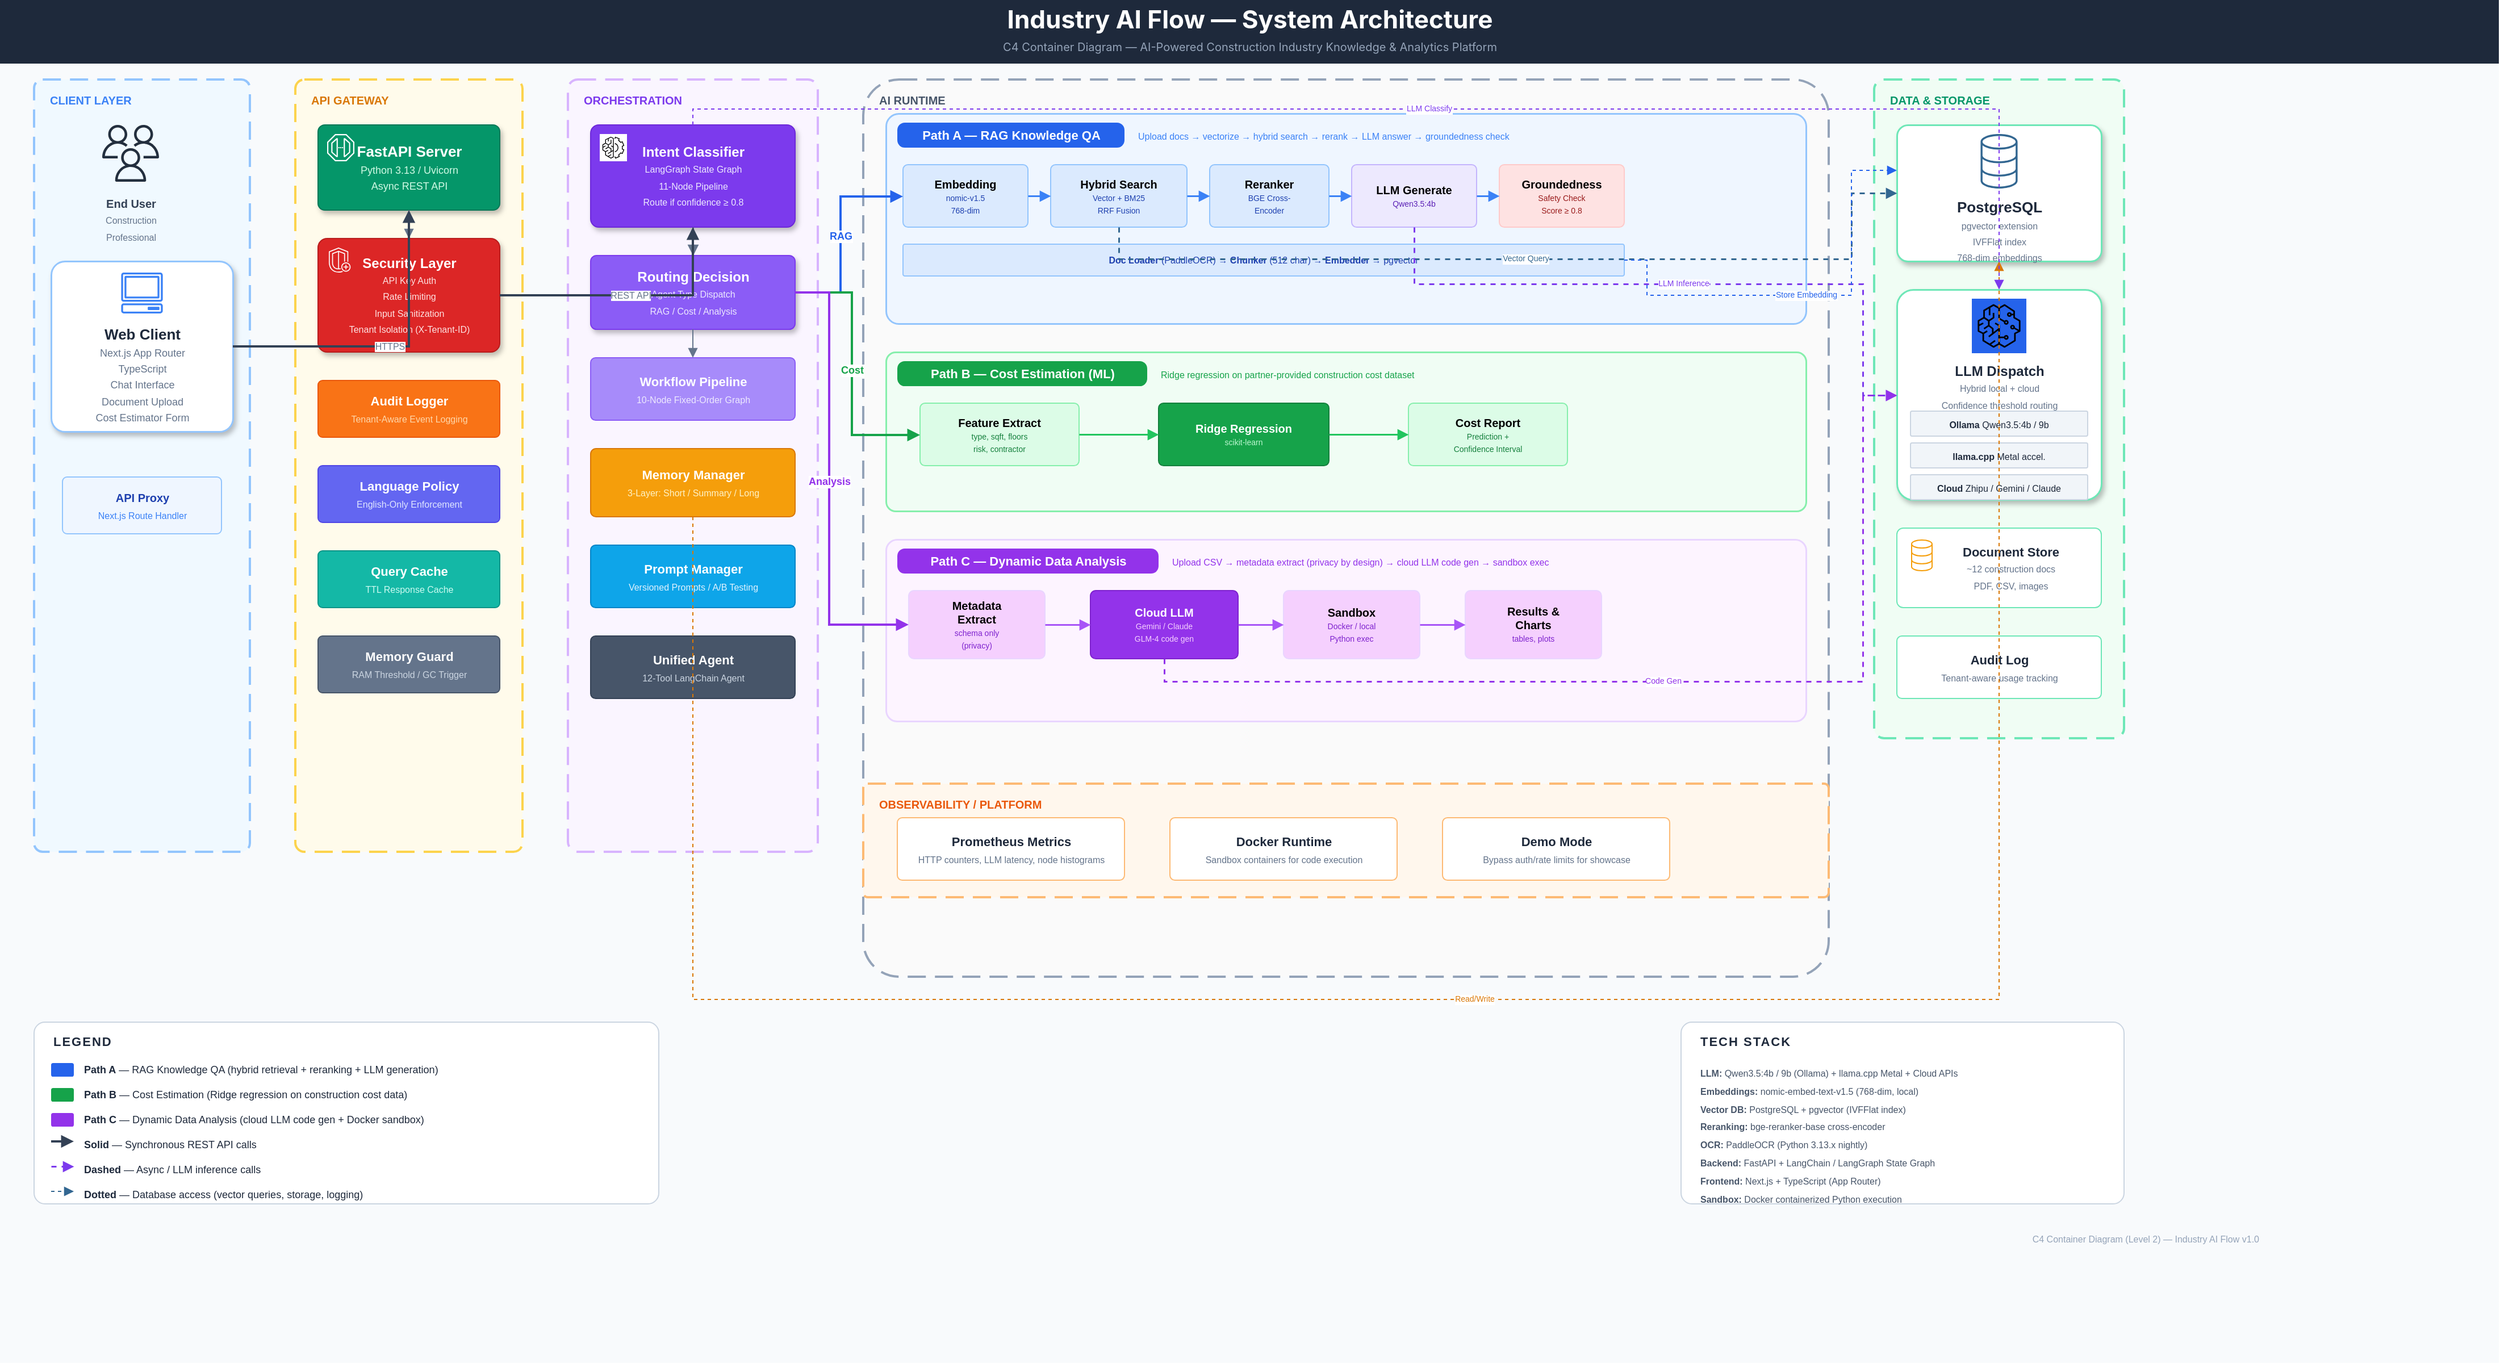
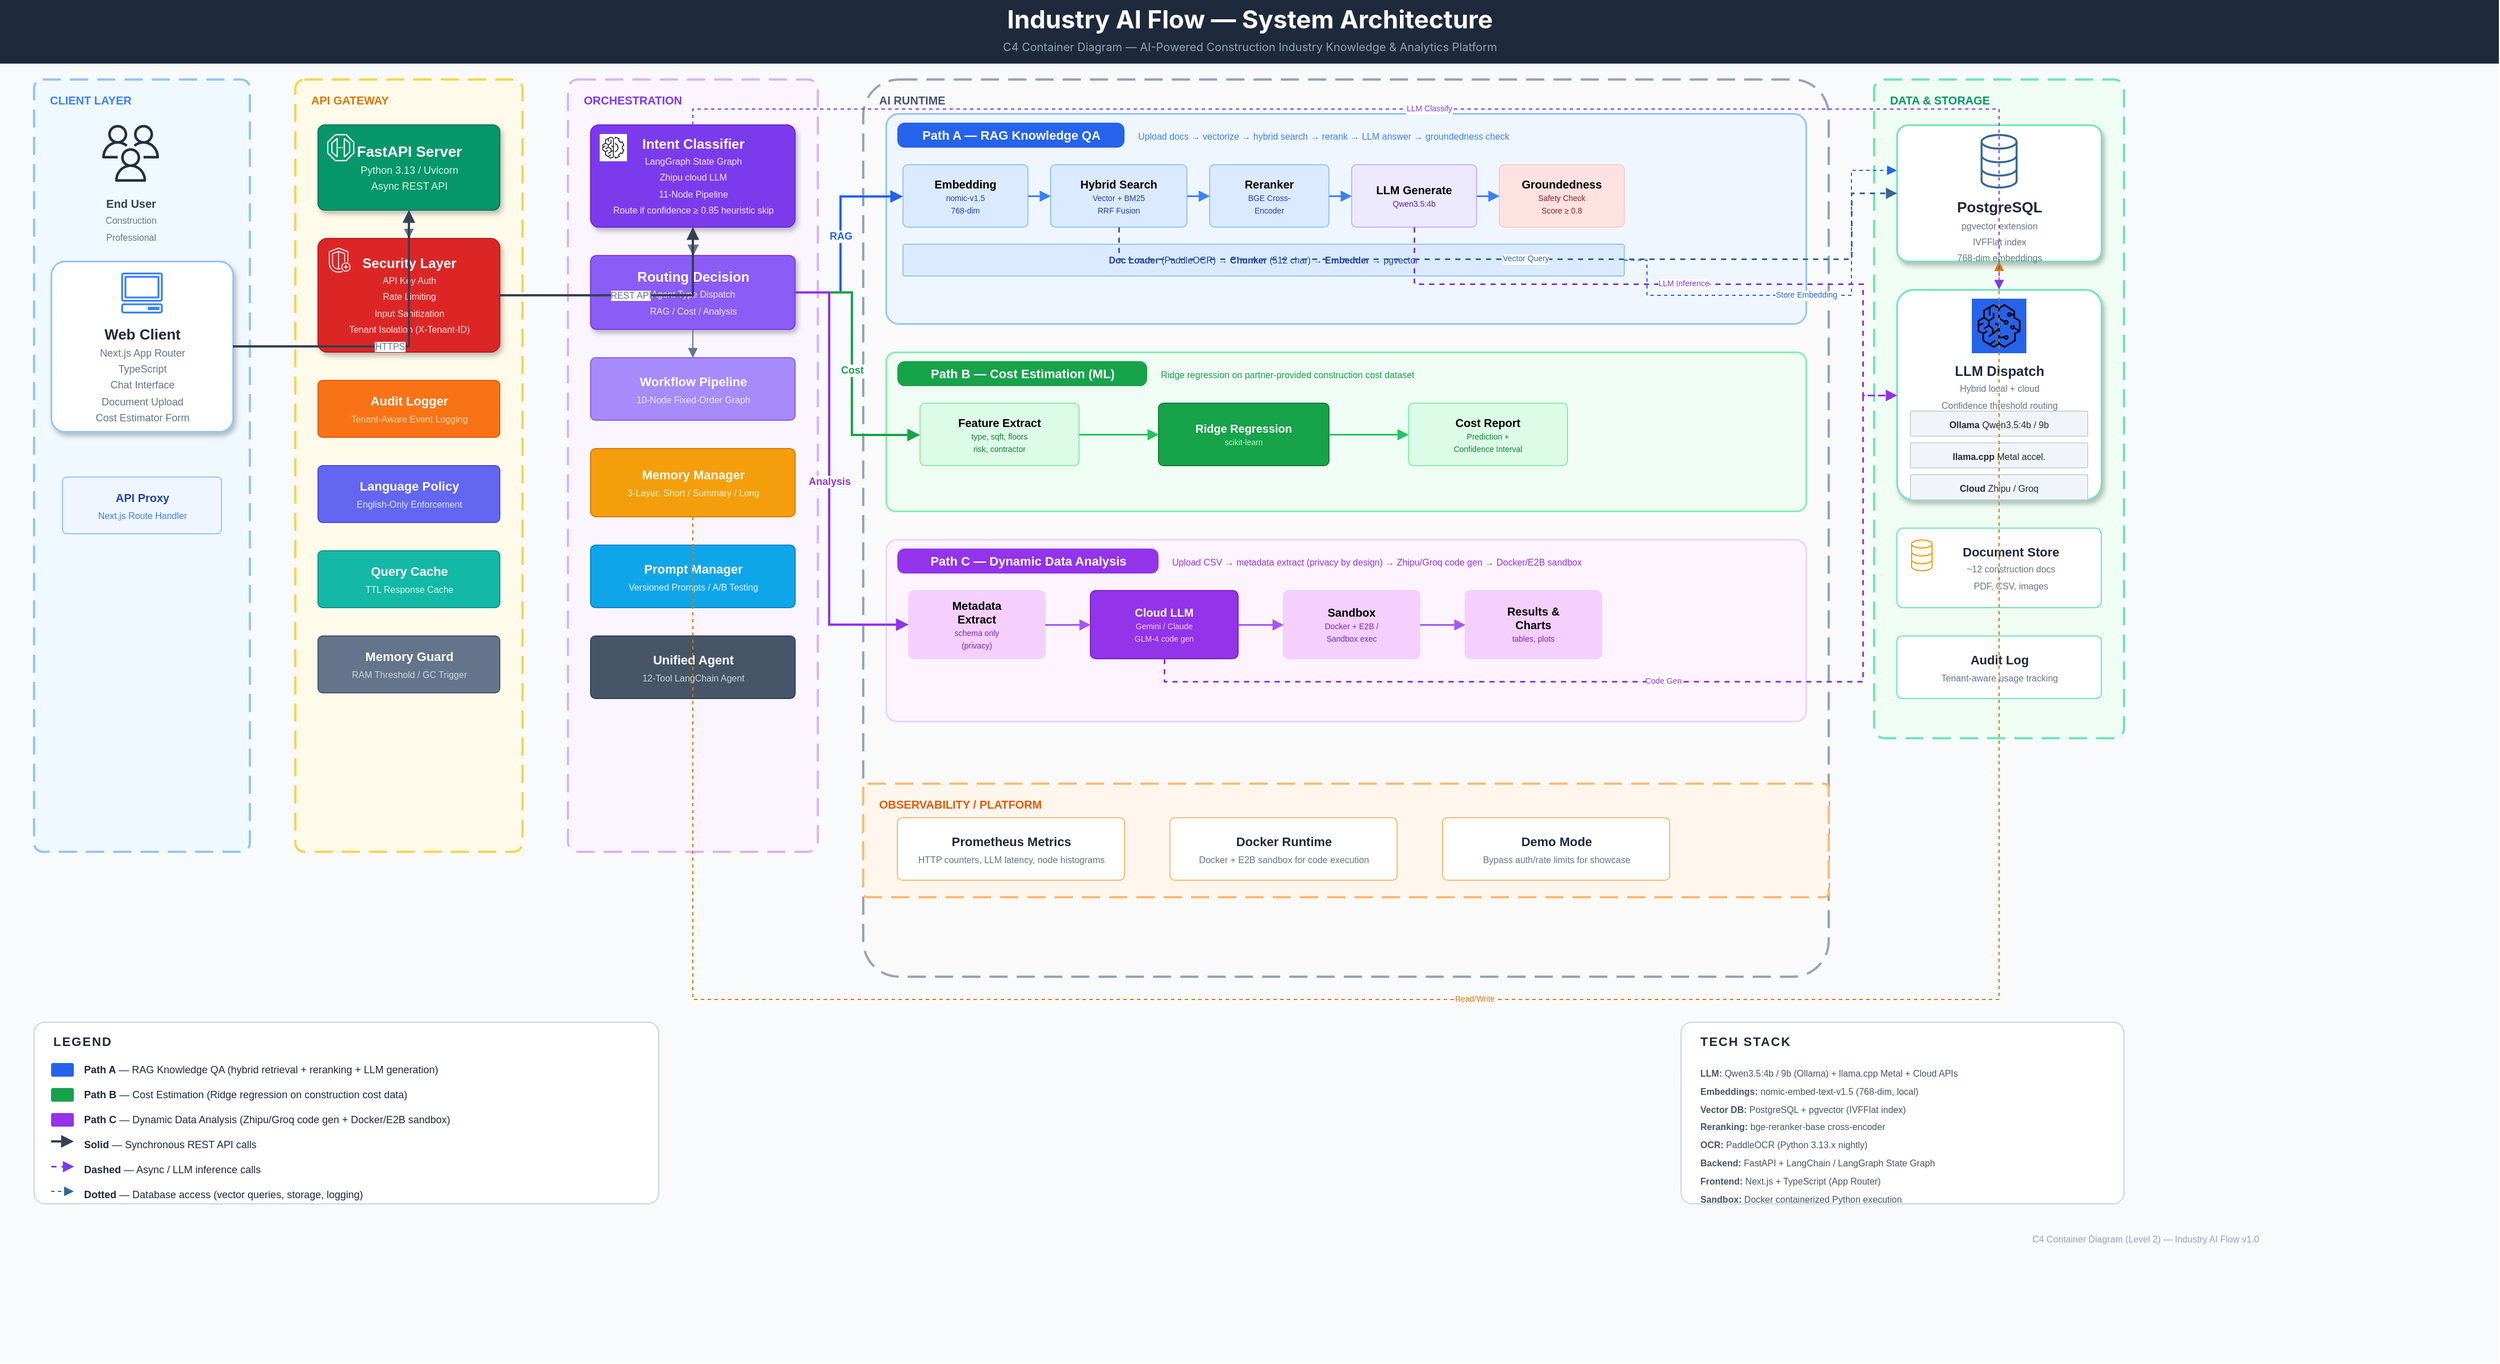
<mxfile host="app.diagrams.net" modified="2026-03-04T18:00:00.000Z" agent="Claude Code" version="24.7.12" type="device">
  <diagram id="c4-container" name="C4 Container — System Architecture">
    <mxGraphModel dx="0" dy="0" grid="1" gridSize="10" guides="1" tooltips="1" connect="1" arrows="1" fold="1" page="1" pageScale="1" pageWidth="2200" pageHeight="1200" math="0" shadow="0">
      <root>
        <mxCell id="0"/>
        <mxCell id="1" parent="0"/>

        <!-- ===== BACKGROUND ===== -->
        <mxCell id="bg" value="" style="rounded=0;whiteSpace=wrap;html=1;fillColor=#F8FAFC;strokeColor=none;shadow=0;" vertex="1" parent="1">
          <mxGeometry x="0" y="0" width="2200" height="1200" as="geometry"/>
        </mxCell>

        <!-- ===== TITLE BAR ===== -->
        <mxCell id="title-bar" value="" style="rounded=0;whiteSpace=wrap;html=1;fillColor=#1E293B;strokeColor=none;" vertex="1" parent="1">
          <mxGeometry x="0" y="0" width="2200" height="56" as="geometry"/>
        </mxCell>
        <mxCell id="title" value="Industry AI Flow — System Architecture" style="text;html=1;strokeColor=none;fillColor=none;align=center;verticalAlign=middle;fontSize=22;fontStyle=1;fontColor=#FFFFFF;fontFamily=Inter,Helvetica;" vertex="1" parent="1">
          <mxGeometry x="500" y="2" width="1200" height="30" as="geometry"/>
        </mxCell>
        <mxCell id="subtitle" value="C4 Container Diagram — AI-Powered Construction Industry Knowledge &amp; Analytics Platform" style="text;html=1;strokeColor=none;fillColor=none;align=center;verticalAlign=middle;fontSize=10;fontColor=#94A3B8;fontFamily=Inter,Helvetica;" vertex="1" parent="1">
          <mxGeometry x="550" y="30" width="1100" height="20" as="geometry"/>
        </mxCell>

        <!-- ================================================================ -->
        <!-- CONTAINER 1: CLIENT LAYER                                        -->
        <!-- ================================================================ -->
        <mxCell id="c1-boundary" value="" style="rounded=1;whiteSpace=wrap;html=1;dashed=1;dashPattern=8 4;fillColor=#F0F9FF;strokeColor=#93C5FD;strokeWidth=2;arcSize=4;" vertex="1" parent="1">
          <mxGeometry x="30" y="70" width="190" height="680" as="geometry"/>
        </mxCell>
        <mxCell id="c1-label" value="CLIENT LAYER" style="text;html=1;strokeColor=none;fillColor=none;align=left;verticalAlign=top;fontSize=10;fontStyle=1;fontColor=#3B82F6;letterSpacing=2;" vertex="1" parent="1">
          <mxGeometry x="42" y="76" width="160" height="18" as="geometry"/>
        </mxCell>

        <!-- Person icon -->
        <mxCell id="person" value="" style="shape=mxgraph.aws4.users;fillColor=#232F3E;strokeColor=none;" vertex="1" parent="1">
          <mxGeometry x="90" y="110" width="50" height="50" as="geometry"/>
        </mxCell>
        <mxCell id="person-label" value="&lt;font style=&quot;font-size:10px;color:#334155&quot;&gt;&lt;b&gt;End User&lt;/b&gt;&lt;br&gt;&lt;font color=&quot;#64748B&quot; style=&quot;font-size:8px&quot;&gt;Construction&lt;br&gt;Professional&lt;/font&gt;&lt;/font&gt;" style="text;html=1;strokeColor=none;fillColor=none;align=center;verticalAlign=top;" vertex="1" parent="1">
          <mxGeometry x="55" y="165" width="120" height="40" as="geometry"/>
        </mxCell>

        <!-- Web Client -->
        <mxCell id="client-box" value="" style="rounded=1;whiteSpace=wrap;html=1;fillColor=#FFFFFF;strokeColor=#93C5FD;strokeWidth=1.5;arcSize=8;shadow=1;" vertex="1" parent="1">
          <mxGeometry x="45" y="230" width="160" height="150" as="geometry"/>
        </mxCell>
        <mxCell id="client-icon" value="" style="shape=mxgraph.aws4.client;fillColor=#3B82F6;strokeColor=none;" vertex="1" parent="1">
          <mxGeometry x="100" y="240" width="50" height="36" as="geometry"/>
        </mxCell>
        <mxCell id="client-label" value="&lt;b style=&quot;font-size:13px;color:#1E293B&quot;&gt;Web Client&lt;/b&gt;&lt;br&gt;&lt;font style=&quot;font-size:9px;color:#64748B&quot;&gt;Next.js App Router&lt;br&gt;TypeScript&lt;br&gt;Chat Interface&lt;br&gt;Document Upload&lt;br&gt;Cost Estimator Form&lt;/font&gt;" style="text;html=1;strokeColor=none;fillColor=none;align=center;verticalAlign=top;" vertex="1" parent="1">
          <mxGeometry x="50" y="280" width="150" height="90" as="geometry"/>
        </mxCell>

        <!-- API Proxy -->
        <mxCell id="proxy-box" value="" style="rounded=1;whiteSpace=wrap;html=1;fillColor=#EFF6FF;strokeColor=#93C5FD;strokeWidth=1;arcSize=8;" vertex="1" parent="1">
          <mxGeometry x="55" y="420" width="140" height="50" as="geometry"/>
        </mxCell>
        <mxCell id="proxy-label" value="&lt;b style=&quot;font-size:10px;color:#1E40AF&quot;&gt;API Proxy&lt;/b&gt;&lt;br&gt;&lt;font style=&quot;font-size:8px;color:#3B82F6&quot;&gt;Next.js Route Handler&lt;/font&gt;" style="text;html=1;strokeColor=none;fillColor=none;align=center;verticalAlign=middle;" vertex="1" parent="1">
          <mxGeometry x="55" y="420" width="140" height="50" as="geometry"/>
        </mxCell>

        <!-- ================================================================ -->
        <!-- CONTAINER 2: API GATEWAY                                         -->
        <!-- ================================================================ -->
        <mxCell id="c2-boundary" value="" style="rounded=1;whiteSpace=wrap;html=1;dashed=1;dashPattern=8 4;fillColor=#FFFBEB;strokeColor=#FCD34D;strokeWidth=2;arcSize=4;" vertex="1" parent="1">
          <mxGeometry x="260" y="70" width="200" height="680" as="geometry"/>
        </mxCell>
        <mxCell id="c2-label" value="API GATEWAY" style="text;html=1;strokeColor=none;fillColor=none;align=left;verticalAlign=top;fontSize=10;fontStyle=1;fontColor=#D97706;letterSpacing=2;" vertex="1" parent="1">
          <mxGeometry x="272" y="76" width="160" height="18" as="geometry"/>
        </mxCell>

        <!-- FastAPI -->
        <mxCell id="fastapi-box" value="" style="rounded=1;whiteSpace=wrap;html=1;fillColor=#059669;strokeColor=#047857;strokeWidth=1;arcSize=8;shadow=1;" vertex="1" parent="1">
          <mxGeometry x="280" y="110" width="160" height="75" as="geometry"/>
        </mxCell>
        <mxCell id="fastapi-icon" value="" style="shape=mxgraph.aws4.endpoint;fillColor=#FFFFFF;strokeColor=none;" vertex="1" parent="1">
          <mxGeometry x="288" y="118" width="24" height="24" as="geometry"/>
        </mxCell>
        <mxCell id="fastapi-label" value="&lt;b style=&quot;color:#FFFFFF;font-size:13px&quot;&gt;FastAPI Server&lt;/b&gt;&lt;br&gt;&lt;font style=&quot;font-size:9px;color:#D1FAE5&quot;&gt;Python 3.13 / Uvicorn&lt;br&gt;Async REST API&lt;/font&gt;" style="text;html=1;strokeColor=none;fillColor=none;align=center;verticalAlign=middle;" vertex="1" parent="1">
          <mxGeometry x="280" y="118" width="160" height="60" as="geometry"/>
        </mxCell>

        <!-- Security Layer -->
        <mxCell id="sec-box" value="" style="rounded=1;whiteSpace=wrap;html=1;fillColor=#DC2626;strokeColor=#B91C1C;strokeWidth=1;arcSize=8;shadow=1;" vertex="1" parent="1">
          <mxGeometry x="280" y="210" width="160" height="100" as="geometry"/>
        </mxCell>
        <mxCell id="sec-icon" value="" style="shape=mxgraph.aws4.shield;fillColor=#FFFFFF;strokeColor=none;" vertex="1" parent="1">
          <mxGeometry x="288" y="218" width="22" height="22" as="geometry"/>
        </mxCell>
        <mxCell id="sec-label" value="&lt;b style=&quot;color:#FFFFFF;font-size:12px&quot;&gt;Security Layer&lt;/b&gt;&lt;br&gt;&lt;font style=&quot;font-size:8px;color:#FEE2E2&quot;&gt;API Key Auth&lt;br&gt;Rate Limiting&lt;br&gt;Input Sanitization&lt;br&gt;Tenant Isolation (X-Tenant-ID)&lt;/font&gt;" style="text;html=1;strokeColor=none;fillColor=none;align=center;verticalAlign=middle;" vertex="1" parent="1">
          <mxGeometry x="280" y="214" width="160" height="92" as="geometry"/>
        </mxCell>

        <!-- Audit Logger -->
        <mxCell id="audit-gw-box" value="" style="rounded=1;whiteSpace=wrap;html=1;fillColor=#F97316;strokeColor=#EA580C;strokeWidth=1;arcSize=8;" vertex="1" parent="1">
          <mxGeometry x="280" y="335" width="160" height="50" as="geometry"/>
        </mxCell>
        <mxCell id="audit-gw-label" value="&lt;b style=&quot;color:#FFFFFF;font-size:11px&quot;&gt;Audit Logger&lt;/b&gt;&lt;br&gt;&lt;font style=&quot;font-size:8px;color:#FED7AA&quot;&gt;Tenant-Aware Event Logging&lt;/font&gt;" style="text;html=1;strokeColor=none;fillColor=none;align=center;verticalAlign=middle;" vertex="1" parent="1">
          <mxGeometry x="280" y="335" width="160" height="50" as="geometry"/>
        </mxCell>

        <!-- Language Policy -->
        <mxCell id="lang-box" value="" style="rounded=1;whiteSpace=wrap;html=1;fillColor=#6366F1;strokeColor=#4F46E5;strokeWidth=1;arcSize=8;" vertex="1" parent="1">
          <mxGeometry x="280" y="410" width="160" height="50" as="geometry"/>
        </mxCell>
        <mxCell id="lang-label" value="&lt;b style=&quot;color:#FFFFFF;font-size:11px&quot;&gt;Language Policy&lt;/b&gt;&lt;br&gt;&lt;font style=&quot;font-size:8px;color:#E0E7FF&quot;&gt;English-Only Enforcement&lt;/font&gt;" style="text;html=1;strokeColor=none;fillColor=none;align=center;verticalAlign=middle;" vertex="1" parent="1">
          <mxGeometry x="280" y="410" width="160" height="50" as="geometry"/>
        </mxCell>

        <!-- Query Cache -->
        <mxCell id="cache-gw-box" value="" style="rounded=1;whiteSpace=wrap;html=1;fillColor=#14B8A6;strokeColor=#0D9488;strokeWidth=1;arcSize=8;" vertex="1" parent="1">
          <mxGeometry x="280" y="485" width="160" height="50" as="geometry"/>
        </mxCell>
        <mxCell id="cache-gw-label" value="&lt;b style=&quot;color:#FFFFFF;font-size:11px&quot;&gt;Query Cache&lt;/b&gt;&lt;br&gt;&lt;font style=&quot;font-size:8px;color:#CCFBF1&quot;&gt;TTL Response Cache&lt;/font&gt;" style="text;html=1;strokeColor=none;fillColor=none;align=center;verticalAlign=middle;" vertex="1" parent="1">
          <mxGeometry x="280" y="485" width="160" height="50" as="geometry"/>
        </mxCell>

        <!-- Memory Guard -->
        <mxCell id="memguard-box" value="" style="rounded=1;whiteSpace=wrap;html=1;fillColor=#64748B;strokeColor=#475569;strokeWidth=1;arcSize=8;" vertex="1" parent="1">
          <mxGeometry x="280" y="560" width="160" height="50" as="geometry"/>
        </mxCell>
        <mxCell id="memguard-label" value="&lt;b style=&quot;color:#FFFFFF;font-size:11px&quot;&gt;Memory Guard&lt;/b&gt;&lt;br&gt;&lt;font style=&quot;font-size:8px;color:#CBD5E1&quot;&gt;RAM Threshold / GC Trigger&lt;/font&gt;" style="text;html=1;strokeColor=none;fillColor=none;align=center;verticalAlign=middle;" vertex="1" parent="1">
          <mxGeometry x="280" y="560" width="160" height="50" as="geometry"/>
        </mxCell>

        <!-- Gateway internal arrows -->
        <mxCell id="gw-a1" style="edgeStyle=orthogonalEdgeStyle;orthogonalLoop=1;html=1;endArrow=block;endFill=1;strokeColor=#64748B;strokeWidth=1;rounded=0;" edge="1" parent="1" source="fastapi-box" target="sec-box">
          <mxGeometry relative="1" as="geometry"/>
        </mxCell>

        <!-- ================================================================ -->
        <!-- CONTAINER 3: ORCHESTRATION LAYER                                 -->
        <!-- ================================================================ -->
        <mxCell id="c3-boundary" value="" style="rounded=1;whiteSpace=wrap;html=1;dashed=1;dashPattern=8 4;fillColor=#FAF5FF;strokeColor=#D8B4FE;strokeWidth=2;arcSize=4;" vertex="1" parent="1">
          <mxGeometry x="500" y="70" width="220" height="680" as="geometry"/>
        </mxCell>
        <mxCell id="c3-label" value="ORCHESTRATION" style="text;html=1;strokeColor=none;fillColor=none;align=left;verticalAlign=top;fontSize=10;fontStyle=1;fontColor=#7C3AED;letterSpacing=2;" vertex="1" parent="1">
          <mxGeometry x="512" y="76" width="180" height="18" as="geometry"/>
        </mxCell>

        <!-- Intent Classifier -->
        <mxCell id="intent-box" value="" style="rounded=1;whiteSpace=wrap;html=1;fillColor=#7C3AED;strokeColor=#6D28D9;strokeWidth=1;arcSize=8;shadow=1;" vertex="1" parent="1">
          <mxGeometry x="520" y="110" width="180" height="90" as="geometry"/>
        </mxCell>
        <mxCell id="intent-icon" value="" style="shape=mxgraph.aws4.resourceIcon;resIcon=mxgraph.aws4.machine_learning;fillColor=#FFFFFF;strokeColor=none;" vertex="1" parent="1">
          <mxGeometry x="528" y="118" width="24" height="24" as="geometry"/>
        </mxCell>
-         <mxCell id="intent-label" value="&lt;b style=&quot;color:#FFFFFF;font-size:12px&quot;&gt;Intent Classifier&lt;/b&gt;&lt;br&gt;&lt;font style=&quot;font-size:8px;color:#EDE9FE&quot;&gt;LangGraph State Graph&lt;br&gt;11-Node Pipeline&lt;br&gt;Route if confidence &amp;ge; 0.8&lt;/font&gt;" style="text;html=1;strokeColor=none;fillColor=none;align=center;verticalAlign=middle;" vertex="1" parent="1">
+         <mxCell id="intent-label" value="&lt;b style=&quot;color:#FFFFFF;font-size:12px&quot;&gt;Intent Classifier&lt;/b&gt;&lt;br&gt;&lt;font style=&quot;font-size:8px;color:#EDE9FE&quot;&gt;LangGraph State Graph&lt;br&gt;Zhipu cloud LLM&lt;br&gt;11-Node Pipeline&lt;br&gt;Route if confidence &amp;ge; 0.85 heuristic skip&lt;/font&gt;" style="text;html=1;strokeColor=none;fillColor=none;align=center;verticalAlign=middle;" vertex="1" parent="1">
          <mxGeometry x="520" y="115" width="180" height="80" as="geometry"/>
        </mxCell>

        <!-- Routing Decision -->
        <mxCell id="route-box" value="" style="rounded=1;whiteSpace=wrap;html=1;fillColor=#8B5CF6;strokeColor=#7C3AED;strokeWidth=1;arcSize=8;shadow=1;" vertex="1" parent="1">
          <mxGeometry x="520" y="225" width="180" height="65" as="geometry"/>
        </mxCell>
        <mxCell id="route-label" value="&lt;b style=&quot;color:#FFFFFF;font-size:12px&quot;&gt;Routing Decision&lt;/b&gt;&lt;br&gt;&lt;font style=&quot;font-size:8px;color:#EDE9FE&quot;&gt;Agent Type Dispatch&lt;br&gt;RAG / Cost / Analysis&lt;/font&gt;" style="text;html=1;strokeColor=none;fillColor=none;align=center;verticalAlign=middle;" vertex="1" parent="1">
          <mxGeometry x="520" y="225" width="180" height="65" as="geometry"/>
        </mxCell>

        <!-- Workflow Pipeline -->
        <mxCell id="workflow-box" value="" style="rounded=1;whiteSpace=wrap;html=1;fillColor=#A78BFA;strokeColor=#8B5CF6;strokeWidth=1;arcSize=8;" vertex="1" parent="1">
          <mxGeometry x="520" y="315" width="180" height="55" as="geometry"/>
        </mxCell>
        <mxCell id="workflow-label" value="&lt;b style=&quot;color:#FFFFFF;font-size:11px&quot;&gt;Workflow Pipeline&lt;/b&gt;&lt;br&gt;&lt;font style=&quot;font-size:8px;color:#EDE9FE&quot;&gt;10-Node Fixed-Order Graph&lt;/font&gt;" style="text;html=1;strokeColor=none;fillColor=none;align=center;verticalAlign=middle;" vertex="1" parent="1">
          <mxGeometry x="520" y="315" width="180" height="55" as="geometry"/>
        </mxCell>

        <!-- Memory Manager -->
        <mxCell id="mem-box" value="" style="rounded=1;whiteSpace=wrap;html=1;fillColor=#F59E0B;strokeColor=#D97706;strokeWidth=1;arcSize=8;" vertex="1" parent="1">
          <mxGeometry x="520" y="395" width="180" height="60" as="geometry"/>
        </mxCell>
        <mxCell id="mem-label" value="&lt;b style=&quot;color:#FFFFFF;font-size:11px&quot;&gt;Memory Manager&lt;/b&gt;&lt;br&gt;&lt;font style=&quot;font-size:8px;color:#FEF3C7&quot;&gt;3-Layer: Short / Summary / Long&lt;/font&gt;" style="text;html=1;strokeColor=none;fillColor=none;align=center;verticalAlign=middle;" vertex="1" parent="1">
          <mxGeometry x="520" y="395" width="180" height="60" as="geometry"/>
        </mxCell>

        <!-- Prompt Manager -->
        <mxCell id="prompt-box" value="" style="rounded=1;whiteSpace=wrap;html=1;fillColor=#0EA5E9;strokeColor=#0284C7;strokeWidth=1;arcSize=8;" vertex="1" parent="1">
          <mxGeometry x="520" y="480" width="180" height="55" as="geometry"/>
        </mxCell>
        <mxCell id="prompt-label" value="&lt;b style=&quot;color:#FFFFFF;font-size:11px&quot;&gt;Prompt Manager&lt;/b&gt;&lt;br&gt;&lt;font style=&quot;font-size:8px;color:#E0F2FE&quot;&gt;Versioned Prompts / A/B Testing&lt;/font&gt;" style="text;html=1;strokeColor=none;fillColor=none;align=center;verticalAlign=middle;" vertex="1" parent="1">
          <mxGeometry x="520" y="480" width="180" height="55" as="geometry"/>
        </mxCell>

        <!-- Unified Agent -->
        <mxCell id="agent-box" value="" style="rounded=1;whiteSpace=wrap;html=1;fillColor=#475569;strokeColor=#334155;strokeWidth=1;arcSize=8;" vertex="1" parent="1">
          <mxGeometry x="520" y="560" width="180" height="55" as="geometry"/>
        </mxCell>
        <mxCell id="agent-label" value="&lt;b style=&quot;color:#FFFFFF;font-size:11px&quot;&gt;Unified Agent&lt;/b&gt;&lt;br&gt;&lt;font style=&quot;font-size:8px;color:#CBD5E1&quot;&gt;12-Tool LangChain Agent&lt;/font&gt;" style="text;html=1;strokeColor=none;fillColor=none;align=center;verticalAlign=middle;" vertex="1" parent="1">
          <mxGeometry x="520" y="560" width="180" height="55" as="geometry"/>
        </mxCell>

        <!-- Orchestration internal arrows -->
        <mxCell id="orch-a1" style="edgeStyle=orthogonalEdgeStyle;orthogonalLoop=1;html=1;endArrow=block;endFill=1;strokeColor=#64748B;strokeWidth=1.5;rounded=0;" edge="1" parent="1" source="intent-box" target="route-box">
          <mxGeometry relative="1" as="geometry"/>
        </mxCell>
        <mxCell id="orch-a2" style="edgeStyle=orthogonalEdgeStyle;orthogonalLoop=1;html=1;endArrow=block;endFill=1;strokeColor=#64748B;strokeWidth=1;rounded=0;" edge="1" parent="1" source="route-box" target="workflow-box">
          <mxGeometry relative="1" as="geometry"/>
        </mxCell>

        <!-- ================================================================ -->
        <!-- CONTAINER 4: AI RUNTIME LAYER                                    -->
        <!-- ================================================================ -->
        <mxCell id="c4-boundary" value="" style="rounded=1;whiteSpace=wrap;html=1;dashed=1;dashPattern=8 4;fillColor=#FAFAFA;strokeColor=#94A3B8;strokeWidth=2;arcSize=4;" vertex="1" parent="1">
          <mxGeometry x="760" y="70" width="850" height="790" as="geometry"/>
        </mxCell>
        <mxCell id="c4-label" value="AI RUNTIME" style="text;html=1;strokeColor=none;fillColor=none;align=left;verticalAlign=top;fontSize=10;fontStyle=1;fontColor=#475569;letterSpacing=2;" vertex="1" parent="1">
          <mxGeometry x="772" y="76" width="120" height="18" as="geometry"/>
        </mxCell>

        <!-- ============================================================ -->
        <!-- PATH A: RAG Knowledge QA (Blue)                              -->
        <!-- ============================================================ -->
        <mxCell id="rag-container" value="" style="rounded=1;whiteSpace=wrap;html=1;fillColor=#EFF6FF;strokeColor=#93C5FD;strokeWidth=1.5;arcSize=6;" vertex="1" parent="1">
          <mxGeometry x="780" y="100" width="810" height="185" as="geometry"/>
        </mxCell>
        <mxCell id="rag-badge" value="&lt;b style=&quot;color:#FFFFFF;font-size:11px&quot;&gt;Path A — RAG Knowledge QA&lt;/b&gt;" style="text;html=1;strokeColor=none;fillColor=#2563EB;align=center;verticalAlign=middle;rounded=1;arcSize=30;spacingLeft=8;spacingRight=8;" vertex="1" parent="1">
          <mxGeometry x="790" y="108" width="200" height="22" as="geometry"/>
        </mxCell>
        <mxCell id="rag-desc" value="&lt;font style=&quot;font-size:8px;color:#3B82F6&quot;&gt;Upload docs → vectorize → hybrid search → rerank → LLM answer → groundedness check&lt;/font&gt;" style="text;html=1;strokeColor=none;fillColor=none;align=left;verticalAlign=middle;" vertex="1" parent="1">
          <mxGeometry x="1000" y="108" width="460" height="22" as="geometry"/>
        </mxCell>

        <!-- RAG Components -->
        <mxCell id="rag-embed" value="&lt;b style=&quot;font-size:10px&quot;&gt;Embedding&lt;/b&gt;&lt;br&gt;&lt;font style=&quot;font-size:7px;color:#1E40AF&quot;&gt;nomic-v1.5&lt;br&gt;768-dim&lt;/font&gt;" style="rounded=1;whiteSpace=wrap;html=1;fillColor=#DBEAFE;strokeColor=#93C5FD;strokeWidth=1;fontSize=9;arcSize=8;" vertex="1" parent="1">
          <mxGeometry x="795" y="145" width="110" height="55" as="geometry"/>
        </mxCell>
        <mxCell id="rag-search" value="&lt;b style=&quot;font-size:10px&quot;&gt;Hybrid Search&lt;/b&gt;&lt;br&gt;&lt;font style=&quot;font-size:7px;color:#1E40AF&quot;&gt;Vector + BM25&lt;br&gt;RRF Fusion&lt;/font&gt;" style="rounded=1;whiteSpace=wrap;html=1;fillColor=#DBEAFE;strokeColor=#93C5FD;strokeWidth=1;fontSize=9;arcSize=8;" vertex="1" parent="1">
          <mxGeometry x="925" y="145" width="120" height="55" as="geometry"/>
        </mxCell>
        <mxCell id="rag-rerank" value="&lt;b style=&quot;font-size:10px&quot;&gt;Reranker&lt;/b&gt;&lt;br&gt;&lt;font style=&quot;font-size:7px;color:#1E40AF&quot;&gt;BGE Cross-&lt;br&gt;Encoder&lt;/font&gt;" style="rounded=1;whiteSpace=wrap;html=1;fillColor=#DBEAFE;strokeColor=#93C5FD;strokeWidth=1;fontSize=9;arcSize=8;" vertex="1" parent="1">
          <mxGeometry x="1065" y="145" width="105" height="55" as="geometry"/>
        </mxCell>
        <mxCell id="rag-llm" value="&lt;b style=&quot;font-size:10px&quot;&gt;LLM Generate&lt;/b&gt;&lt;br&gt;&lt;font style=&quot;font-size:7px;color:#5B21B6&quot;&gt;Qwen3.5:4b&lt;/font&gt;" style="rounded=1;whiteSpace=wrap;html=1;fillColor=#EDE9FE;strokeColor=#C4B5FD;strokeWidth=1;fontSize=9;arcSize=8;" vertex="1" parent="1">
          <mxGeometry x="1190" y="145" width="110" height="55" as="geometry"/>
        </mxCell>
        <mxCell id="rag-safety" value="&lt;b style=&quot;font-size:10px&quot;&gt;Groundedness&lt;/b&gt;&lt;br&gt;&lt;font style=&quot;font-size:7px;color:#991B1B&quot;&gt;Safety Check&lt;br&gt;Score &amp;ge; 0.8&lt;/font&gt;" style="rounded=1;whiteSpace=wrap;html=1;fillColor=#FEE2E2;strokeColor=#FECACA;strokeWidth=1;fontSize=9;arcSize=8;" vertex="1" parent="1">
          <mxGeometry x="1320" y="145" width="110" height="55" as="geometry"/>
        </mxCell>
        <!-- Document Ingestion sub-row -->
        <mxCell id="rag-ingest" value="&lt;font style=&quot;font-size:8px;color:#1E40AF&quot;&gt;&lt;b&gt;Doc Loader&lt;/b&gt; (PaddleOCR) → &lt;b&gt;Chunker&lt;/b&gt; (512 char) → &lt;b&gt;Embedder&lt;/b&gt; → pgvector&lt;/font&gt;" style="rounded=1;whiteSpace=wrap;html=1;fillColor=#DBEAFE;strokeColor=#93C5FD;strokeWidth=1;arcSize=6;fontSize=8;" vertex="1" parent="1">
          <mxGeometry x="795" y="215" width="635" height="28" as="geometry"/>
        </mxCell>
        <!-- RAG arrows -->
        <mxCell id="ra1" style="edgeStyle=orthogonalEdgeStyle;orthogonalLoop=1;html=1;endArrow=block;endFill=1;strokeColor=#3B82F6;strokeWidth=1.5;rounded=0;" edge="1" parent="1" source="rag-embed" target="rag-search">
          <mxGeometry relative="1" as="geometry"/>
        </mxCell>
        <mxCell id="ra2" style="edgeStyle=orthogonalEdgeStyle;orthogonalLoop=1;html=1;endArrow=block;endFill=1;strokeColor=#3B82F6;strokeWidth=1.5;rounded=0;" edge="1" parent="1" source="rag-search" target="rag-rerank">
          <mxGeometry relative="1" as="geometry"/>
        </mxCell>
        <mxCell id="ra3" style="edgeStyle=orthogonalEdgeStyle;orthogonalLoop=1;html=1;endArrow=block;endFill=1;strokeColor=#3B82F6;strokeWidth=1.5;rounded=0;" edge="1" parent="1" source="rag-rerank" target="rag-llm">
          <mxGeometry relative="1" as="geometry"/>
        </mxCell>
        <mxCell id="ra4" style="edgeStyle=orthogonalEdgeStyle;orthogonalLoop=1;html=1;endArrow=block;endFill=1;strokeColor=#3B82F6;strokeWidth=1.5;rounded=0;" edge="1" parent="1" source="rag-llm" target="rag-safety">
          <mxGeometry relative="1" as="geometry"/>
        </mxCell>

        <!-- ============================================================ -->
        <!-- PATH B: Cost Estimation (Green)                              -->
        <!-- ============================================================ -->
        <mxCell id="cost-container" value="" style="rounded=1;whiteSpace=wrap;html=1;fillColor=#F0FDF4;strokeColor=#86EFAC;strokeWidth=1.5;arcSize=6;" vertex="1" parent="1">
          <mxGeometry x="780" y="310" width="810" height="140" as="geometry"/>
        </mxCell>
        <mxCell id="cost-badge" value="&lt;b style=&quot;color:#FFFFFF;font-size:11px&quot;&gt;Path B — Cost Estimation (ML)&lt;/b&gt;" style="text;html=1;strokeColor=none;fillColor=#16A34A;align=center;verticalAlign=middle;rounded=1;arcSize=30;spacingLeft=8;spacingRight=8;" vertex="1" parent="1">
          <mxGeometry x="790" y="318" width="220" height="22" as="geometry"/>
        </mxCell>
        <mxCell id="cost-desc" value="&lt;font style=&quot;font-size:8px;color:#16A34A&quot;&gt;Ridge regression on partner-provided construction cost dataset&lt;/font&gt;" style="text;html=1;strokeColor=none;fillColor=none;align=left;verticalAlign=middle;" vertex="1" parent="1">
          <mxGeometry x="1020" y="318" width="380" height="22" as="geometry"/>
        </mxCell>

        <!-- Cost Components -->
        <mxCell id="cost-feat" value="&lt;b style=&quot;font-size:10px&quot;&gt;Feature Extract&lt;/b&gt;&lt;br&gt;&lt;font style=&quot;font-size:7px;color:#15803D&quot;&gt;type, sqft, floors&lt;br&gt;risk, contractor&lt;/font&gt;" style="rounded=1;whiteSpace=wrap;html=1;fillColor=#DCFCE7;strokeColor=#86EFAC;strokeWidth=1;fontSize=9;arcSize=8;" vertex="1" parent="1">
          <mxGeometry x="810" y="355" width="140" height="55" as="geometry"/>
        </mxCell>
        <mxCell id="cost-model" value="&lt;b style=&quot;font-size:10px;color:#FFFFFF&quot;&gt;Ridge Regression&lt;/b&gt;&lt;br&gt;&lt;font style=&quot;font-size:7px;color:#BBF7D0&quot;&gt;scikit-learn&lt;/font&gt;" style="rounded=1;whiteSpace=wrap;html=1;fillColor=#16A34A;strokeColor=#15803D;strokeWidth=1;fontSize=9;arcSize=8;" vertex="1" parent="1">
          <mxGeometry x="1020" y="355" width="150" height="55" as="geometry"/>
        </mxCell>
        <mxCell id="cost-result" value="&lt;b style=&quot;font-size:10px&quot;&gt;Cost Report&lt;/b&gt;&lt;br&gt;&lt;font style=&quot;font-size:7px;color:#15803D&quot;&gt;Prediction +&lt;br&gt;Confidence Interval&lt;/font&gt;" style="rounded=1;whiteSpace=wrap;html=1;fillColor=#DCFCE7;strokeColor=#86EFAC;strokeWidth=1;fontSize=9;arcSize=8;" vertex="1" parent="1">
          <mxGeometry x="1240" y="355" width="140" height="55" as="geometry"/>
        </mxCell>
        <!-- Cost arrows -->
        <mxCell id="ca1" style="edgeStyle=orthogonalEdgeStyle;orthogonalLoop=1;html=1;endArrow=block;endFill=1;strokeColor=#22C55E;strokeWidth=1.5;rounded=0;" edge="1" parent="1" source="cost-feat" target="cost-model">
          <mxGeometry relative="1" as="geometry"/>
        </mxCell>
        <mxCell id="ca2" style="edgeStyle=orthogonalEdgeStyle;orthogonalLoop=1;html=1;endArrow=block;endFill=1;strokeColor=#22C55E;strokeWidth=1.5;rounded=0;" edge="1" parent="1" source="cost-model" target="cost-result">
          <mxGeometry relative="1" as="geometry"/>
        </mxCell>

        <!-- ============================================================ -->
        <!-- PATH C: Dynamic Data Analysis (Purple)                       -->
        <!-- ============================================================ -->
        <mxCell id="data-container" value="" style="rounded=1;whiteSpace=wrap;html=1;fillColor=#FDF4FF;strokeColor=#E9D5FF;strokeWidth=1.5;arcSize=6;" vertex="1" parent="1">
          <mxGeometry x="780" y="475" width="810" height="160" as="geometry"/>
        </mxCell>
        <mxCell id="data-badge" value="&lt;b style=&quot;color:#FFFFFF;font-size:11px&quot;&gt;Path C — Dynamic Data Analysis&lt;/b&gt;" style="text;html=1;strokeColor=none;fillColor=#9333EA;align=center;verticalAlign=middle;rounded=1;arcSize=30;spacingLeft=8;spacingRight=8;" vertex="1" parent="1">
          <mxGeometry x="790" y="483" width="230" height="22" as="geometry"/>
        </mxCell>
-         <mxCell id="data-desc" value="&lt;font style=&quot;font-size:8px;color:#9333EA&quot;&gt;Upload CSV → metadata extract (privacy by design) → cloud LLM code gen → sandbox exec&lt;/font&gt;" style="text;html=1;strokeColor=none;fillColor=none;align=left;verticalAlign=middle;" vertex="1" parent="1">
+         <mxCell id="data-desc" value="&lt;font style=&quot;font-size:8px;color:#9333EA&quot;&gt;Upload CSV → metadata extract (privacy by design) → Zhipu/Groq code gen → Docker/E2B sandbox&lt;/font&gt;" style="text;html=1;strokeColor=none;fillColor=none;align=left;verticalAlign=middle;" vertex="1" parent="1">
          <mxGeometry x="1030" y="483" width="440" height="22" as="geometry"/>
        </mxCell>

        <!-- Data Analysis Components -->
        <mxCell id="data-meta" value="&lt;b style=&quot;font-size:10px&quot;&gt;Metadata&lt;br&gt;Extract&lt;/b&gt;&lt;br&gt;&lt;font style=&quot;font-size:7px;color:#7E22CE&quot;&gt;schema only&lt;br&gt;(privacy)&lt;/font&gt;" style="rounded=1;whiteSpace=wrap;html=1;fillColor=#F5D0FE;strokeColor=#E9D5FF;strokeWidth=1;fontSize=9;arcSize=8;" vertex="1" parent="1">
          <mxGeometry x="800" y="520" width="120" height="60" as="geometry"/>
        </mxCell>
        <mxCell id="data-cloud" value="&lt;b style=&quot;font-size:10px;color:#FFFFFF&quot;&gt;Cloud LLM&lt;/b&gt;&lt;br&gt;&lt;font style=&quot;font-size:7px;color:#F5D0FE&quot;&gt;Gemini / Claude&lt;br&gt;GLM-4 code gen&lt;/font&gt;" style="rounded=1;whiteSpace=wrap;html=1;fillColor=#9333EA;strokeColor=#7E22CE;strokeWidth=1;fontSize=9;arcSize=8;" vertex="1" parent="1">
          <mxGeometry x="960" y="520" width="130" height="60" as="geometry"/>
        </mxCell>
-         <mxCell id="data-sandbox" value="&lt;b style=&quot;font-size:10px&quot;&gt;Sandbox&lt;/b&gt;&lt;br&gt;&lt;font style=&quot;font-size:7px;color:#7E22CE&quot;&gt;Docker / local&lt;br&gt;Python exec&lt;/font&gt;" style="rounded=1;whiteSpace=wrap;html=1;fillColor=#F5D0FE;strokeColor=#E9D5FF;strokeWidth=1;fontSize=9;arcSize=8;" vertex="1" parent="1">
+         <mxCell id="data-sandbox" value="&lt;b style=&quot;font-size:10px&quot;&gt;Sandbox&lt;/b&gt;&lt;br&gt;&lt;font style=&quot;font-size:7px;color:#7E22CE&quot;&gt;Docker + E2B /&lt;br&gt;Sandbox exec&lt;/font&gt;" style="rounded=1;whiteSpace=wrap;html=1;fillColor=#F5D0FE;strokeColor=#E9D5FF;strokeWidth=1;fontSize=9;arcSize=8;" vertex="1" parent="1">
          <mxGeometry x="1130" y="520" width="120" height="60" as="geometry"/>
        </mxCell>
        <mxCell id="data-viz" value="&lt;b style=&quot;font-size:10px&quot;&gt;Results &amp;amp;&lt;br&gt;Charts&lt;/b&gt;&lt;br&gt;&lt;font style=&quot;font-size:7px;color:#7E22CE&quot;&gt;tables, plots&lt;/font&gt;" style="rounded=1;whiteSpace=wrap;html=1;fillColor=#F5D0FE;strokeColor=#E9D5FF;strokeWidth=1;fontSize=9;arcSize=8;" vertex="1" parent="1">
          <mxGeometry x="1290" y="520" width="120" height="60" as="geometry"/>
        </mxCell>
        <!-- Data Analysis arrows -->
        <mxCell id="da1" style="edgeStyle=orthogonalEdgeStyle;orthogonalLoop=1;html=1;endArrow=block;endFill=1;strokeColor=#A855F7;strokeWidth=1.5;rounded=0;" edge="1" parent="1" source="data-meta" target="data-cloud">
          <mxGeometry relative="1" as="geometry"/>
        </mxCell>
        <mxCell id="da2" style="edgeStyle=orthogonalEdgeStyle;orthogonalLoop=1;html=1;endArrow=block;endFill=1;strokeColor=#A855F7;strokeWidth=1.5;rounded=0;" edge="1" parent="1" source="data-cloud" target="data-sandbox">
          <mxGeometry relative="1" as="geometry"/>
        </mxCell>
        <mxCell id="da3" style="edgeStyle=orthogonalEdgeStyle;orthogonalLoop=1;html=1;endArrow=block;endFill=1;strokeColor=#A855F7;strokeWidth=1.5;rounded=0;" edge="1" parent="1" source="data-sandbox" target="data-viz">
          <mxGeometry relative="1" as="geometry"/>
        </mxCell>

        <!-- ================================================================ -->
        <!-- CONTAINER 5: DATA &amp; STORAGE LAYER                              -->
        <!-- ================================================================ -->
        <mxCell id="c5-boundary" value="" style="rounded=1;whiteSpace=wrap;html=1;dashed=1;dashPattern=8 4;fillColor=#F0FDF4;strokeColor=#6EE7B7;strokeWidth=2;arcSize=4;" vertex="1" parent="1">
          <mxGeometry x="1650" y="70" width="220" height="580" as="geometry"/>
        </mxCell>
        <mxCell id="c5-label" value="DATA &amp; STORAGE" style="text;html=1;strokeColor=none;fillColor=none;align=left;verticalAlign=top;fontSize=10;fontStyle=1;fontColor=#059669;letterSpacing=2;" vertex="1" parent="1">
          <mxGeometry x="1662" y="76" width="180" height="18" as="geometry"/>
        </mxCell>

        <!-- PostgreSQL -->
        <mxCell id="pg-box" value="" style="rounded=1;whiteSpace=wrap;html=1;fillColor=#FFFFFF;strokeColor=#6EE7B7;strokeWidth=1.5;arcSize=8;shadow=1;" vertex="1" parent="1">
          <mxGeometry x="1670" y="110" width="180" height="120" as="geometry"/>
        </mxCell>
        <mxCell id="pg-icon" value="" style="shape=mxgraph.aws4.database;fillColor=#336791;strokeColor=none;" vertex="1" parent="1">
          <mxGeometry x="1736" y="118" width="48" height="48" as="geometry"/>
        </mxCell>
        <mxCell id="pg-label" value="&lt;b style=&quot;color:#1E293B;font-size:13px&quot;&gt;PostgreSQL&lt;/b&gt;&lt;br&gt;&lt;font style=&quot;font-size:8px;color:#64748B&quot;&gt;pgvector extension&lt;br&gt;IVFFlat index&lt;br&gt;768-dim embeddings&lt;/font&gt;" style="text;html=1;strokeColor=none;fillColor=none;align=center;verticalAlign=top;" vertex="1" parent="1">
          <mxGeometry x="1675" y="168" width="170" height="55" as="geometry"/>
        </mxCell>

        <!-- LLM Dispatch -->
        <mxCell id="llm-box" value="" style="rounded=1;whiteSpace=wrap;html=1;fillColor=#FFFFFF;strokeColor=#6EE7B7;strokeWidth=1.5;arcSize=8;shadow=1;" vertex="1" parent="1">
          <mxGeometry x="1670" y="255" width="180" height="185" as="geometry"/>
        </mxCell>
        <mxCell id="llm-icon" value="" style="shape=mxgraph.aws4.resourceIcon;resIcon=mxgraph.aws4.sagemaker;fillColor=#2563EB;strokeColor=none;" vertex="1" parent="1">
          <mxGeometry x="1736" y="263" width="48" height="48" as="geometry"/>
        </mxCell>
        <mxCell id="llm-label" value="&lt;b style=&quot;color:#1E293B;font-size:12px&quot;&gt;LLM Dispatch&lt;/b&gt;&lt;br&gt;&lt;font style=&quot;font-size:8px;color:#64748B&quot;&gt;Hybrid local + cloud&lt;br&gt;Confidence threshold routing&lt;/font&gt;" style="text;html=1;strokeColor=none;fillColor=none;align=center;verticalAlign=top;" vertex="1" parent="1">
          <mxGeometry x="1675" y="313" width="170" height="45" as="geometry"/>
        </mxCell>
        <!-- LLM sub-items -->
        <mxCell id="llm-ollama" value="&lt;font style=&quot;font-size:8px;color:#1E293B&quot;&gt;&lt;b&gt;Ollama&lt;/b&gt; Qwen3.5:4b / 9b&lt;/font&gt;" style="rounded=1;whiteSpace=wrap;html=1;fillColor=#F1F5F9;strokeColor=#CBD5E1;strokeWidth=1;arcSize=6;" vertex="1" parent="1">
          <mxGeometry x="1682" y="362" width="156" height="22" as="geometry"/>
        </mxCell>
        <mxCell id="llm-llama" value="&lt;font style=&quot;font-size:8px;color:#1E293B&quot;&gt;&lt;b&gt;llama.cpp&lt;/b&gt; Metal accel.&lt;/font&gt;" style="rounded=1;whiteSpace=wrap;html=1;fillColor=#F1F5F9;strokeColor=#CBD5E1;strokeWidth=1;arcSize=6;" vertex="1" parent="1">
          <mxGeometry x="1682" y="390" width="156" height="22" as="geometry"/>
        </mxCell>
-         <mxCell id="llm-cloud-api" value="&lt;font style=&quot;font-size:8px;color:#1E293B&quot;&gt;&lt;b&gt;Cloud&lt;/b&gt; Zhipu / Gemini / Claude&lt;/font&gt;" style="rounded=1;whiteSpace=wrap;html=1;fillColor=#F1F5F9;strokeColor=#CBD5E1;strokeWidth=1;arcSize=6;" vertex="1" parent="1">
+         <mxCell id="llm-cloud-api" value="&lt;font style=&quot;font-size:8px;color:#1E293B&quot;&gt;&lt;b&gt;Cloud&lt;/b&gt; Zhipu / Groq&lt;/font&gt;" style="rounded=1;whiteSpace=wrap;html=1;fillColor=#F1F5F9;strokeColor=#CBD5E1;strokeWidth=1;arcSize=6;" vertex="1" parent="1">
          <mxGeometry x="1682" y="418" width="156" height="22" as="geometry"/>
        </mxCell>

        <!-- Document Store -->
        <mxCell id="doc-box" value="" style="rounded=1;whiteSpace=wrap;html=1;fillColor=#FFFFFF;strokeColor=#6EE7B7;strokeWidth=1;arcSize=8;" vertex="1" parent="1">
          <mxGeometry x="1670" y="465" width="180" height="70" as="geometry"/>
        </mxCell>
        <mxCell id="doc-icon" value="" style="shape=mxgraph.aws4.database;fillColor=#F59E0B;strokeColor=none;" vertex="1" parent="1">
          <mxGeometry x="1678" y="475" width="28" height="28" as="geometry"/>
        </mxCell>
        <mxCell id="doc-label" value="&lt;b style=&quot;color:#1E293B;font-size:11px&quot;&gt;Document Store&lt;/b&gt;&lt;br&gt;&lt;font style=&quot;font-size:8px;color:#64748B&quot;&gt;~12 construction docs&lt;br&gt;PDF, CSV, images&lt;/font&gt;" style="text;html=1;strokeColor=none;fillColor=none;align=center;verticalAlign=middle;" vertex="1" parent="1">
          <mxGeometry x="1700" y="470" width="140" height="60" as="geometry"/>
        </mxCell>

        <!-- Audit Log DB -->
        <mxCell id="audit-db-box" value="" style="rounded=1;whiteSpace=wrap;html=1;fillColor=#FFFFFF;strokeColor=#6EE7B7;strokeWidth=1;arcSize=8;" vertex="1" parent="1">
          <mxGeometry x="1670" y="560" width="180" height="55" as="geometry"/>
        </mxCell>
        <mxCell id="audit-db-label" value="&lt;b style=&quot;color:#1E293B;font-size:11px&quot;&gt;Audit Log&lt;/b&gt;&lt;br&gt;&lt;font style=&quot;font-size:8px;color:#64748B&quot;&gt;Tenant-aware usage tracking&lt;/font&gt;" style="text;html=1;strokeColor=none;fillColor=none;align=center;verticalAlign=middle;" vertex="1" parent="1">
          <mxGeometry x="1670" y="560" width="180" height="55" as="geometry"/>
        </mxCell>

        <!-- ================================================================ -->
        <!-- CONTAINER 6: OBSERVABILITY / PLATFORM                            -->
        <!-- ================================================================ -->
        <mxCell id="c6-boundary" value="" style="rounded=1;whiteSpace=wrap;html=1;dashed=1;dashPattern=8 4;fillColor=#FFF7ED;strokeColor=#FDBA74;strokeWidth=2;arcSize=4;" vertex="1" parent="1">
          <mxGeometry x="760" y="690" width="850" height="100" as="geometry"/>
        </mxCell>
        <mxCell id="c6-label" value="OBSERVABILITY / PLATFORM" style="text;html=1;strokeColor=none;fillColor=none;align=left;verticalAlign=top;fontSize=10;fontStyle=1;fontColor=#EA580C;letterSpacing=2;" vertex="1" parent="1">
          <mxGeometry x="772" y="696" width="260" height="18" as="geometry"/>
        </mxCell>

        <!-- Prometheus -->
        <mxCell id="prom-box" value="" style="rounded=1;whiteSpace=wrap;html=1;fillColor=#FFFFFF;strokeColor=#FDBA74;strokeWidth=1;arcSize=8;" vertex="1" parent="1">
          <mxGeometry x="790" y="720" width="200" height="55" as="geometry"/>
        </mxCell>
        <mxCell id="prom-label" value="&lt;b style=&quot;color:#1E293B;font-size:11px&quot;&gt;Prometheus Metrics&lt;/b&gt;&lt;br&gt;&lt;font style=&quot;font-size:8px;color:#64748B&quot;&gt;HTTP counters, LLM latency, node histograms&lt;/font&gt;" style="text;html=1;strokeColor=none;fillColor=none;align=center;verticalAlign=middle;" vertex="1" parent="1">
          <mxGeometry x="790" y="720" width="200" height="55" as="geometry"/>
        </mxCell>

        <!-- Docker Runtime -->
        <mxCell id="docker-box" value="" style="rounded=1;whiteSpace=wrap;html=1;fillColor=#FFFFFF;strokeColor=#FDBA74;strokeWidth=1;arcSize=8;" vertex="1" parent="1">
          <mxGeometry x="1030" y="720" width="200" height="55" as="geometry"/>
        </mxCell>
-         <mxCell id="docker-label" value="&lt;b style=&quot;color:#1E293B;font-size:11px&quot;&gt;Docker Runtime&lt;/b&gt;&lt;br&gt;&lt;font style=&quot;font-size:8px;color:#64748B&quot;&gt;Sandbox containers for code execution&lt;/font&gt;" style="text;html=1;strokeColor=none;fillColor=none;align=center;verticalAlign=middle;" vertex="1" parent="1">
+         <mxCell id="docker-label" value="&lt;b style=&quot;color:#1E293B;font-size:11px&quot;&gt;Docker Runtime&lt;/b&gt;&lt;br&gt;&lt;font style=&quot;font-size:8px;color:#64748B&quot;&gt;Docker + E2B sandbox for code execution&lt;/font&gt;" style="text;html=1;strokeColor=none;fillColor=none;align=center;verticalAlign=middle;" vertex="1" parent="1">
          <mxGeometry x="1030" y="720" width="200" height="55" as="geometry"/>
        </mxCell>

        <!-- Demo Mode -->
        <mxCell id="demo-box" value="" style="rounded=1;whiteSpace=wrap;html=1;fillColor=#FFFFFF;strokeColor=#FDBA74;strokeWidth=1;arcSize=8;" vertex="1" parent="1">
          <mxGeometry x="1270" y="720" width="200" height="55" as="geometry"/>
        </mxCell>
        <mxCell id="demo-label" value="&lt;b style=&quot;color:#1E293B;font-size:11px&quot;&gt;Demo Mode&lt;/b&gt;&lt;br&gt;&lt;font style=&quot;font-size:8px;color:#64748B&quot;&gt;Bypass auth/rate limits for showcase&lt;/font&gt;" style="text;html=1;strokeColor=none;fillColor=none;align=center;verticalAlign=middle;" vertex="1" parent="1">
          <mxGeometry x="1270" y="720" width="200" height="55" as="geometry"/>
        </mxCell>

        <!-- ================================================================ -->
        <!-- CROSS-CONTAINER CONNECTIONS                                       -->
        <!-- ================================================================ -->

        <!-- Client → FastAPI (solid, HTTPS) -->
        <mxCell id="e-client-gw" value="HTTPS" style="edgeStyle=orthogonalEdgeStyle;orthogonalLoop=1;html=1;endArrow=block;endFill=1;strokeColor=#334155;strokeWidth=2;rounded=0;labelBackgroundColor=#FFFFFF;fontSize=8;fontColor=#64748B;" edge="1" parent="1" source="client-box" target="fastapi-box">
          <mxGeometry relative="1" as="geometry"/>
        </mxCell>

        <!-- Security → Intent Classifier (solid) -->
        <mxCell id="e-gw-orch" value="REST API" style="edgeStyle=orthogonalEdgeStyle;orthogonalLoop=1;html=1;endArrow=block;endFill=1;strokeColor=#334155;strokeWidth=2;rounded=0;labelBackgroundColor=#FFFFFF;fontSize=8;fontColor=#64748B;" edge="1" parent="1" source="sec-box" target="intent-box">
          <mxGeometry relative="1" as="geometry"/>
        </mxCell>

        <!-- Router → RAG (Path A) — solid blue -->
        <mxCell id="e-route-rag" value="RAG" style="edgeStyle=orthogonalEdgeStyle;orthogonalLoop=1;html=1;endArrow=block;endFill=1;strokeColor=#2563EB;strokeWidth=2;rounded=0;labelBackgroundColor=#FFFFFF;fontSize=9;fontColor=#2563EB;fontStyle=1;" edge="1" parent="1" source="route-box" target="rag-embed">
          <mxGeometry relative="1" as="geometry">
            <Array as="points">
              <mxPoint x="740" y="257"/>
              <mxPoint x="740" y="173"/>
            </Array>
          </mxGeometry>
        </mxCell>

        <!-- Router → Cost (Path B) — solid green -->
        <mxCell id="e-route-cost" value="Cost" style="edgeStyle=orthogonalEdgeStyle;orthogonalLoop=1;html=1;endArrow=block;endFill=1;strokeColor=#16A34A;strokeWidth=2;rounded=0;labelBackgroundColor=#FFFFFF;fontSize=9;fontColor=#16A34A;fontStyle=1;" edge="1" parent="1" source="route-box" target="cost-feat">
          <mxGeometry relative="1" as="geometry">
            <Array as="points">
              <mxPoint x="750" y="257"/>
              <mxPoint x="750" y="383"/>
            </Array>
          </mxGeometry>
        </mxCell>

        <!-- Router → Data Analysis (Path C) — solid purple -->
        <mxCell id="e-route-data" value="Analysis" style="edgeStyle=orthogonalEdgeStyle;orthogonalLoop=1;html=1;endArrow=block;endFill=1;strokeColor=#9333EA;strokeWidth=2;rounded=0;labelBackgroundColor=#FFFFFF;fontSize=9;fontColor=#9333EA;fontStyle=1;" edge="1" parent="1" source="route-box" target="data-meta">
          <mxGeometry relative="1" as="geometry">
            <Array as="points">
              <mxPoint x="730" y="257"/>
              <mxPoint x="730" y="550"/>
            </Array>
          </mxGeometry>
        </mxCell>

        <!-- Hybrid Search → PostgreSQL (dotted, Vector Query) -->
        <mxCell id="e-rag-pg" value="Vector Query" style="edgeStyle=orthogonalEdgeStyle;orthogonalLoop=1;html=1;endArrow=block;endFill=1;strokeColor=#336791;strokeWidth=1.5;dashed=1;dashPattern=3 3;rounded=0;labelBackgroundColor=#FFFFFF;fontSize=7;fontColor=#336791;" edge="1" parent="1" source="rag-search" target="pg-box">
          <mxGeometry relative="1" as="geometry">
            <Array as="points">
              <mxPoint x="985" y="228"/>
              <mxPoint x="1630" y="228"/>
              <mxPoint x="1630" y="170"/>
            </Array>
          </mxGeometry>
        </mxCell>

        <!-- LLM Generate → LLM Dispatch (dashed, LLM Inference) -->
        <mxCell id="e-rag-llm" value="LLM Inference" style="edgeStyle=orthogonalEdgeStyle;orthogonalLoop=1;html=1;endArrow=block;endFill=1;strokeColor=#7C3AED;strokeWidth=1.5;dashed=1;rounded=0;labelBackgroundColor=#FFFFFF;fontSize=7;fontColor=#7C3AED;" edge="1" parent="1" source="rag-llm" target="llm-box">
          <mxGeometry relative="1" as="geometry">
            <Array as="points">
              <mxPoint x="1245" y="250"/>
              <mxPoint x="1640" y="250"/>
              <mxPoint x="1640" y="348"/>
            </Array>
          </mxGeometry>
        </mxCell>

        <!-- Cloud LLM → LLM Dispatch (dashed, Code Gen) -->
        <mxCell id="e-data-llm" value="Code Gen" style="edgeStyle=orthogonalEdgeStyle;orthogonalLoop=1;html=1;endArrow=block;endFill=1;strokeColor=#9333EA;strokeWidth=1.5;dashed=1;rounded=0;labelBackgroundColor=#FFFFFF;fontSize=7;fontColor=#9333EA;" edge="1" parent="1" source="data-cloud" target="llm-box">
          <mxGeometry relative="1" as="geometry">
            <Array as="points">
              <mxPoint x="1025" y="600"/>
              <mxPoint x="1640" y="600"/>
              <mxPoint x="1640" y="348"/>
            </Array>
          </mxGeometry>
        </mxCell>

        <!-- Memory → PostgreSQL (dotted) -->
        <mxCell id="e-mem-pg" value="Read/Write" style="edgeStyle=orthogonalEdgeStyle;orthogonalLoop=1;html=1;endArrow=block;endFill=1;strokeColor=#D97706;strokeWidth=1;dashed=1;dashPattern=3 3;rounded=0;labelBackgroundColor=#FFFFFF;fontSize=7;fontColor=#D97706;" edge="1" parent="1" source="mem-box" target="pg-box">
          <mxGeometry relative="1" as="geometry">
            <Array as="points">
              <mxPoint x="610" y="880"/>
              <mxPoint x="1760" y="880"/>
              <mxPoint x="1760" y="230"/>
            </Array>
          </mxGeometry>
        </mxCell>

        <!-- Ingestion → PostgreSQL (dotted, Store Embedding) -->
        <mxCell id="e-ingest-pg" value="Store Embedding" style="edgeStyle=orthogonalEdgeStyle;orthogonalLoop=1;html=1;endArrow=block;endFill=1;strokeColor=#2563EB;strokeWidth=1;dashed=1;dashPattern=3 3;rounded=0;labelBackgroundColor=#FFFFFF;fontSize=7;fontColor=#2563EB;" edge="1" parent="1" source="rag-ingest" target="pg-box">
          <mxGeometry relative="1" as="geometry">
            <Array as="points">
              <mxPoint x="1450" y="260"/>
              <mxPoint x="1630" y="260"/>
              <mxPoint x="1630" y="150"/>
            </Array>
          </mxGeometry>
        </mxCell>

        <!-- Intent → LLM Dispatch (dashed, Classification) -->
        <mxCell id="e-intent-llm" value="LLM Classify" style="edgeStyle=orthogonalEdgeStyle;orthogonalLoop=1;html=1;endArrow=block;endFill=1;strokeColor=#7C3AED;strokeWidth=1;dashed=1;rounded=0;labelBackgroundColor=#FFFFFF;fontSize=7;fontColor=#7C3AED;" edge="1" parent="1" source="intent-box" target="llm-box">
          <mxGeometry relative="1" as="geometry">
            <Array as="points">
              <mxPoint x="610" y="96"/>
              <mxPoint x="1760" y="96"/>
              <mxPoint x="1760" y="255"/>
            </Array>
          </mxGeometry>
        </mxCell>

        <!-- ================================================================ -->
        <!-- LEGEND (bottom-left)                                             -->
        <!-- ================================================================ -->
        <mxCell id="legend-box" value="" style="rounded=1;whiteSpace=wrap;html=1;fillColor=#FFFFFF;strokeColor=#CBD5E1;strokeWidth=1;arcSize=6;" vertex="1" parent="1">
          <mxGeometry x="30" y="900" width="550" height="160" as="geometry"/>
        </mxCell>
        <mxCell id="legend-title" value="&lt;b style=&quot;font-size:11px;color:#1E293B;letter-spacing:1px&quot;&gt;LEGEND&lt;/b&gt;" style="text;html=1;strokeColor=none;fillColor=none;align=left;verticalAlign=middle;" vertex="1" parent="1">
          <mxGeometry x="45" y="908" width="80" height="18" as="geometry"/>
        </mxCell>

        <!-- Legend: Pipelines -->
        <mxCell id="leg-a-color" value="" style="rounded=1;whiteSpace=wrap;html=1;fillColor=#2563EB;strokeColor=none;" vertex="1" parent="1">
          <mxGeometry x="45" y="936" width="20" height="12" as="geometry"/>
        </mxCell>
        <mxCell id="leg-a-text" value="&lt;font style=&quot;font-size:9px;color:#1E293B&quot;&gt;&lt;b&gt;Path A&lt;/b&gt; — RAG Knowledge QA (hybrid retrieval + reranking + LLM generation)&lt;/font&gt;" style="text;html=1;strokeColor=none;fillColor=none;align=left;verticalAlign=middle;" vertex="1" parent="1">
          <mxGeometry x="72" y="930" width="460" height="22" as="geometry"/>
        </mxCell>
        <mxCell id="leg-b-color" value="" style="rounded=1;whiteSpace=wrap;html=1;fillColor=#16A34A;strokeColor=none;" vertex="1" parent="1">
          <mxGeometry x="45" y="958" width="20" height="12" as="geometry"/>
        </mxCell>
        <mxCell id="leg-b-text" value="&lt;font style=&quot;font-size:9px;color:#1E293B&quot;&gt;&lt;b&gt;Path B&lt;/b&gt; — Cost Estimation (Ridge regression on construction cost data)&lt;/font&gt;" style="text;html=1;strokeColor=none;fillColor=none;align=left;verticalAlign=middle;" vertex="1" parent="1">
          <mxGeometry x="72" y="952" width="460" height="22" as="geometry"/>
        </mxCell>
        <mxCell id="leg-c-color" value="" style="rounded=1;whiteSpace=wrap;html=1;fillColor=#9333EA;strokeColor=none;" vertex="1" parent="1">
          <mxGeometry x="45" y="980" width="20" height="12" as="geometry"/>
        </mxCell>
-         <mxCell id="leg-c-text" value="&lt;font style=&quot;font-size:9px;color:#1E293B&quot;&gt;&lt;b&gt;Path C&lt;/b&gt; — Dynamic Data Analysis (cloud LLM code gen + Docker sandbox)&lt;/font&gt;" style="text;html=1;strokeColor=none;fillColor=none;align=left;verticalAlign=middle;" vertex="1" parent="1">
+         <mxCell id="leg-c-text" value="&lt;font style=&quot;font-size:9px;color:#1E293B&quot;&gt;&lt;b&gt;Path C&lt;/b&gt; — Dynamic Data Analysis (Zhipu/Groq code gen + Docker/E2B sandbox)&lt;/font&gt;" style="text;html=1;strokeColor=none;fillColor=none;align=left;verticalAlign=middle;" vertex="1" parent="1">
          <mxGeometry x="72" y="974" width="460" height="22" as="geometry"/>
        </mxCell>

        <!-- Legend: Arrow styles -->
        <mxCell id="leg-solid-line" value="" style="endArrow=block;endFill=1;html=1;strokeColor=#334155;strokeWidth=2;" edge="1" parent="1">
          <mxGeometry relative="1" as="geometry">
            <mxPoint x="45" y="1005" as="sourcePoint"/>
            <mxPoint x="65" y="1005" as="targetPoint"/>
          </mxGeometry>
        </mxCell>
        <mxCell id="leg-solid-text" value="&lt;font style=&quot;font-size:9px;color:#1E293B&quot;&gt;&lt;b&gt;Solid&lt;/b&gt; — Synchronous REST API calls&lt;/font&gt;" style="text;html=1;strokeColor=none;fillColor=none;align=left;verticalAlign=middle;" vertex="1" parent="1">
          <mxGeometry x="72" y="996" width="300" height="22" as="geometry"/>
        </mxCell>
        <mxCell id="leg-dashed-line" value="" style="endArrow=block;endFill=1;html=1;strokeColor=#7C3AED;strokeWidth=1.5;dashed=1;" edge="1" parent="1">
          <mxGeometry relative="1" as="geometry">
            <mxPoint x="45" y="1027" as="sourcePoint"/>
            <mxPoint x="65" y="1027" as="targetPoint"/>
          </mxGeometry>
        </mxCell>
        <mxCell id="leg-dashed-text" value="&lt;font style=&quot;font-size:9px;color:#1E293B&quot;&gt;&lt;b&gt;Dashed&lt;/b&gt; — Async / LLM inference calls&lt;/font&gt;" style="text;html=1;strokeColor=none;fillColor=none;align=left;verticalAlign=middle;" vertex="1" parent="1">
          <mxGeometry x="72" y="1018" width="300" height="22" as="geometry"/>
        </mxCell>
        <mxCell id="leg-dotted-line" value="" style="endArrow=block;endFill=1;html=1;strokeColor=#336791;strokeWidth=1;dashed=1;dashPattern=3 3;" edge="1" parent="1">
          <mxGeometry relative="1" as="geometry">
            <mxPoint x="45" y="1049" as="sourcePoint"/>
            <mxPoint x="65" y="1049" as="targetPoint"/>
          </mxGeometry>
        </mxCell>
        <mxCell id="leg-dotted-text" value="&lt;font style=&quot;font-size:9px;color:#1E293B&quot;&gt;&lt;b&gt;Dotted&lt;/b&gt; — Database access (vector queries, storage, logging)&lt;/font&gt;" style="text;html=1;strokeColor=none;fillColor=none;align=left;verticalAlign=middle;" vertex="1" parent="1">
          <mxGeometry x="72" y="1040" width="360" height="22" as="geometry"/>
        </mxCell>

        <!-- ================================================================ -->
        <!-- TECH STACK (bottom-right)                                        -->
        <!-- ================================================================ -->
        <mxCell id="tech-box" value="" style="rounded=1;whiteSpace=wrap;html=1;fillColor=#FFFFFF;strokeColor=#CBD5E1;strokeWidth=1;arcSize=6;" vertex="1" parent="1">
          <mxGeometry x="1480" y="900" width="390" height="160" as="geometry"/>
        </mxCell>
        <mxCell id="tech-title" value="&lt;b style=&quot;font-size:11px;color:#1E293B;letter-spacing:1px&quot;&gt;TECH STACK&lt;/b&gt;" style="text;html=1;strokeColor=none;fillColor=none;align=left;verticalAlign=middle;" vertex="1" parent="1">
          <mxGeometry x="1495" y="908" width="100" height="18" as="geometry"/>
        </mxCell>
        <mxCell id="tech-content" value="&lt;font style=&quot;font-size:8px;color:#475569;line-height:1.6&quot;&gt;&lt;b&gt;LLM:&lt;/b&gt; Qwen3.5:4b / 9b (Ollama) + llama.cpp Metal + Cloud APIs&lt;br&gt;&lt;b&gt;Embeddings:&lt;/b&gt; nomic-embed-text-v1.5 (768-dim, local)&lt;br&gt;&lt;b&gt;Vector DB:&lt;/b&gt; PostgreSQL + pgvector (IVFFlat index)&lt;br&gt;&lt;b&gt;Reranking:&lt;/b&gt; bge-reranker-base cross-encoder&lt;br&gt;&lt;b&gt;OCR:&lt;/b&gt; PaddleOCR (Python 3.13.x nightly)&lt;br&gt;&lt;b&gt;Backend:&lt;/b&gt; FastAPI + LangChain / LangGraph State Graph&lt;br&gt;&lt;b&gt;Frontend:&lt;/b&gt; Next.js + TypeScript (App Router)&lt;br&gt;&lt;b&gt;Sandbox:&lt;/b&gt; Docker containerized Python execution&lt;/font&gt;" style="text;html=1;strokeColor=none;fillColor=none;align=left;verticalAlign=top;" vertex="1" parent="1">
          <mxGeometry x="1495" y="930" width="360" height="120" as="geometry"/>
        </mxCell>

        <!-- C4 Notation -->
        <mxCell id="c4-notation" value="&lt;font style=&quot;font-size:8px;color:#94A3B8&quot;&gt;C4 Container Diagram (Level 2) — Industry AI Flow v1.0&lt;/font&gt;" style="text;html=1;strokeColor=none;fillColor=none;align=right;verticalAlign=middle;" vertex="1" parent="1">
          <mxGeometry x="1650" y="1080" width="340" height="20" as="geometry"/>
        </mxCell>

      </root>
    </mxGraphModel>
  </diagram>
</mxfile>
